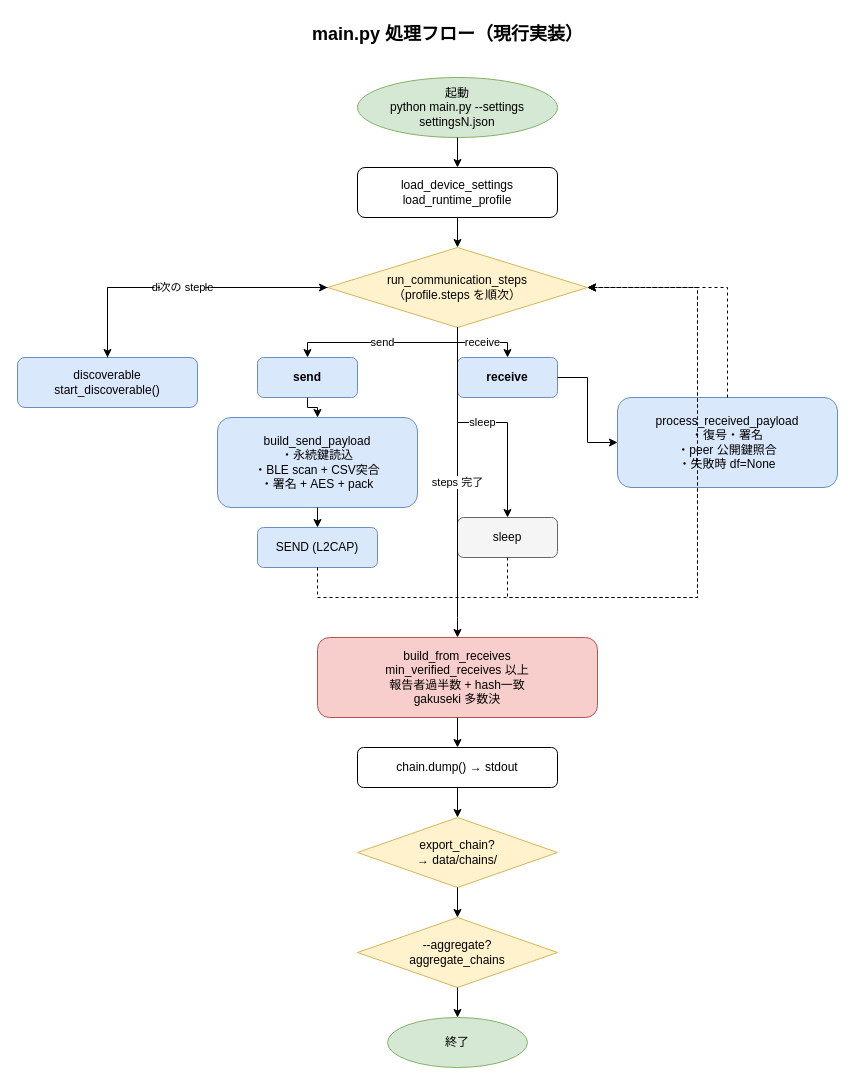
This is page "2-処理フロー" (2 of 3) of docs/diagrams/ble-blockchain-architecture.drawio from T3pp31/BLE_Blockchain, a draw.io file, before an edit. Source tidied: cells renumbered, new cells numbered last; positions are measured from the earlier drawing's top-left corner, leaving out a move shared by most shapes. Both pictures are drawn from the tidied source at 100%, with x=0, y=0 at pixel (17, 17).
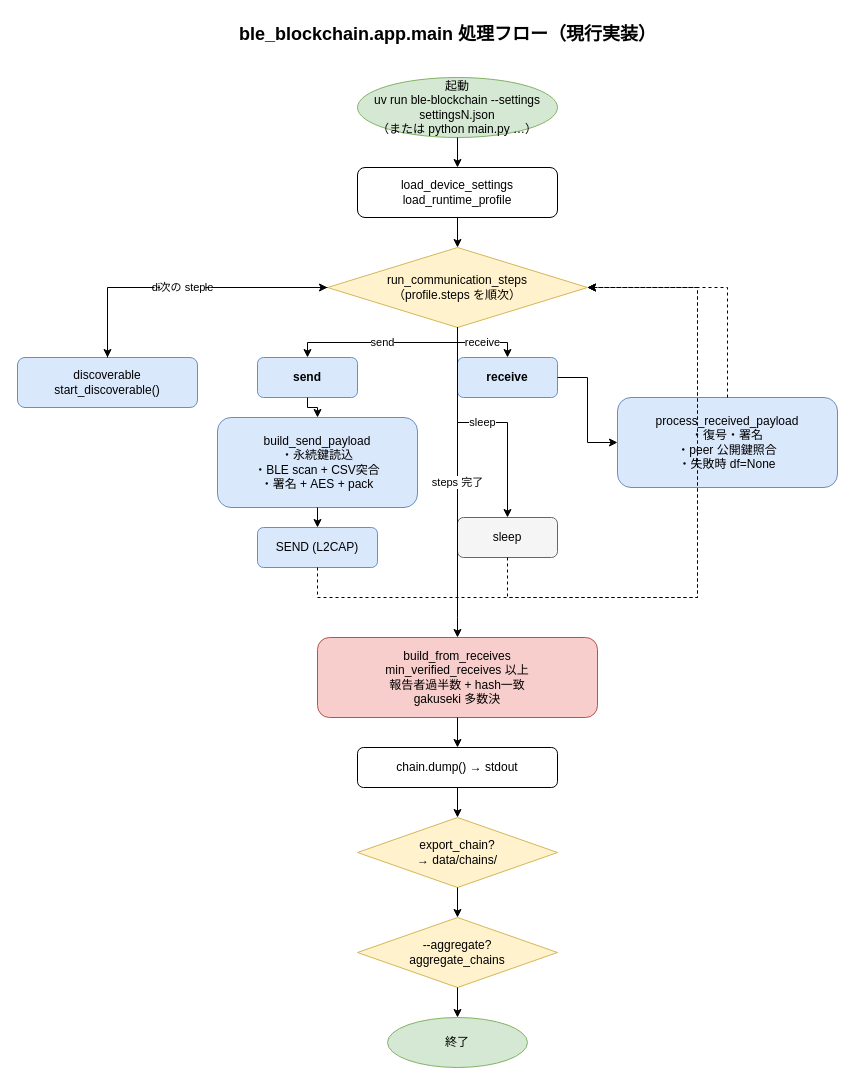
Above is the later version.

The edit, as a diff of the source:
```diff
@@
-    <mxCell id="2" value="main.py 処理フロー（現行実装）" style="text;html=1;strokeColor=none;fillColor=none;align=center;fontSize=18;fontStyle=1;" parent="1" vertex="1">
+    <mxCell id="2" value="ble_blockchain.app.main 処理フロー（現行実装）" style="text;html=1;strokeColor=none;fillColor=none;align=center;fontSize=18;fontStyle=1;" parent="1" vertex="1">
       <mxGeometry x="230" width="400" height="40" as="geometry" />
     </mxCell>
-    <mxCell id="3" value="起動&#10;python main.py --settings settingsN.json" style="ellipse;whiteSpace=wrap;html=1;fillColor=#d5e8d4;strokeColor=#82b366;" parent="1" vertex="1">
+    <mxCell id="3" value="起動&#10;uv run ble-blockchain --settings settingsN.json&#10;（または python main.py …）" style="ellipse;whiteSpace=wrap;html=1;fillColor=#d5e8d4;strokeColor=#82b366;" parent="1" vertex="1">
       <mxGeometry x="340" y="60" width="200" height="60" as="geometry" />
     </mxCell>
```
